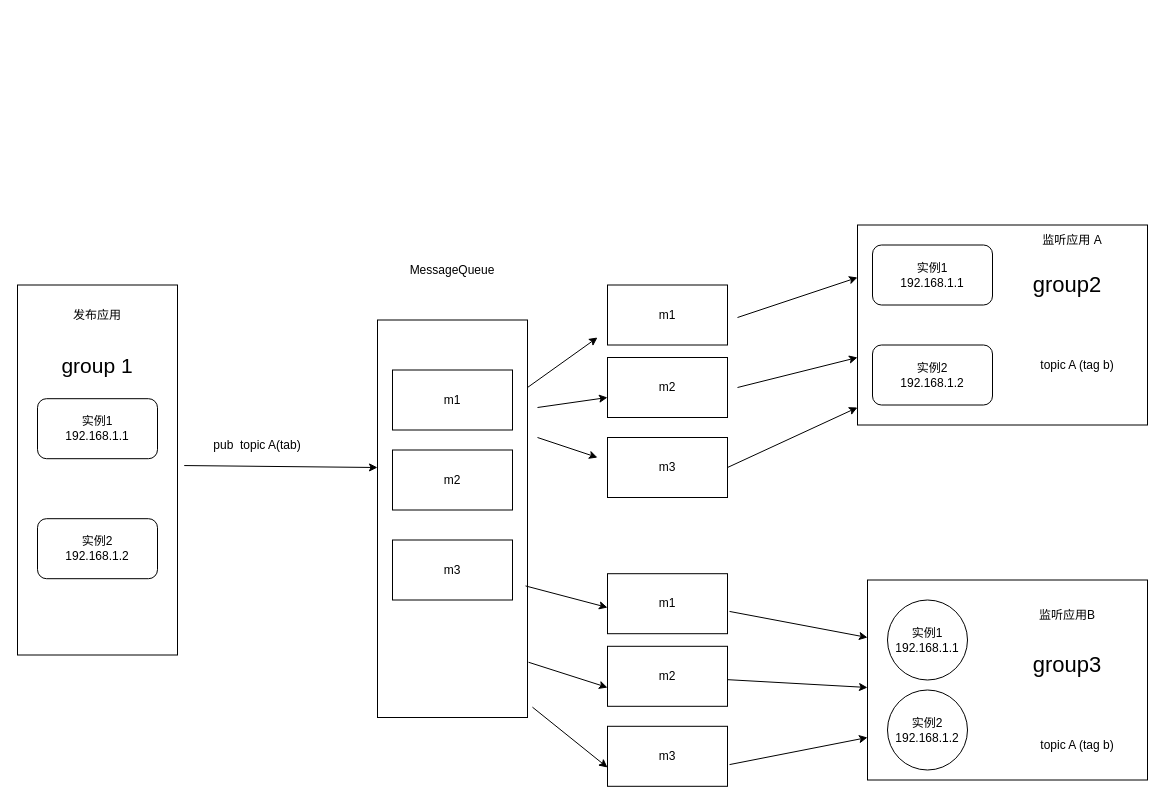
Earlier version of the draw.io diagram rocketmq发布消费模型.drawio (liuyunlong1229/aaa). Source tidied: cells renumbered, new cells numbered last; positions are measured from the earlier drawing's top-left corner, leaving out a move shared by most shapes. Both pictures are drawn from the tidied source at 100%, with x=0, y=0 at pixel (17, 225).
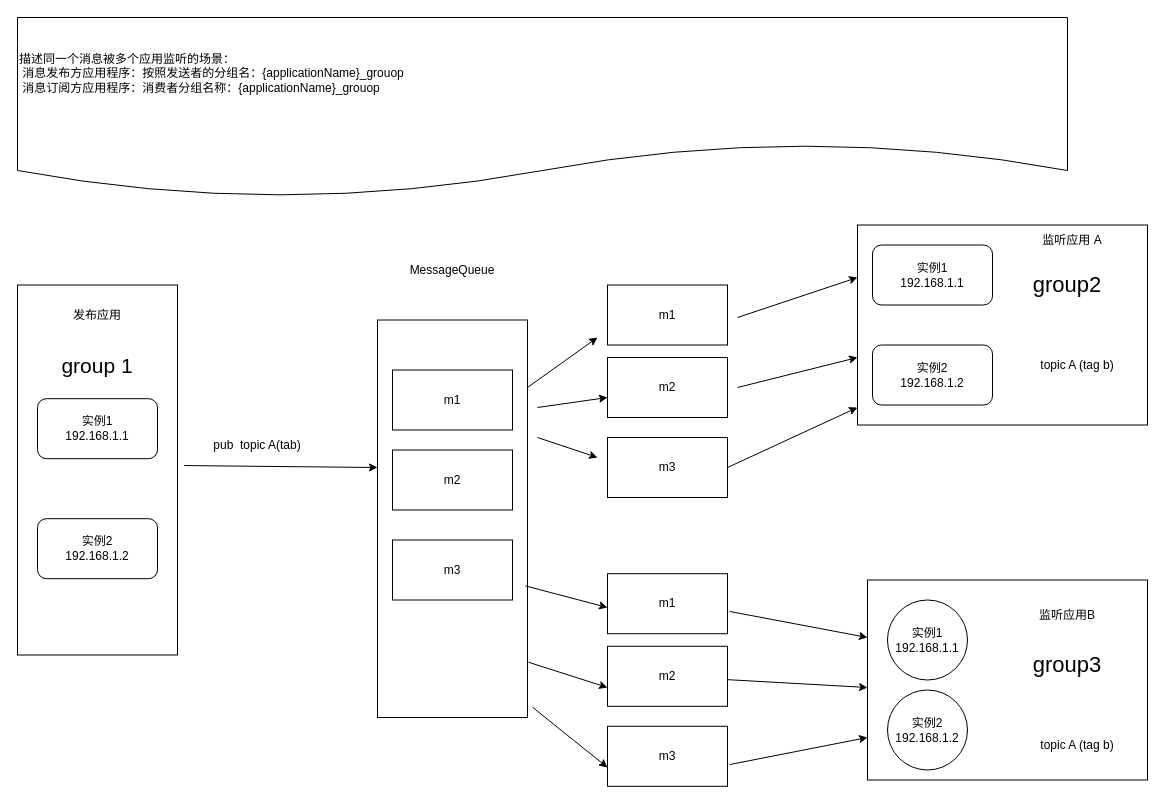
Above is the later version.

Commit message (it also covers changes not shown here):
更新rocketmq发布消费模型.drawio

Change to the diagram source:
```diff
@@
+    <mxCell id="44" value="&lt;div style=&quot;text-align: justify;&quot;&gt;描述同一个消息被多个应用监听的场景：&lt;br&gt;&amp;nbsp;消息发布方应用程序：按照发送者的分组名：{applicationName}_grouop&lt;br&gt;&amp;nbsp;消息订阅方应用程序：消费者分组名称：{applicationName}_grouop&lt;span style=&quot;background-color: initial;&quot;&gt;&lt;br&gt;&amp;nbsp; &amp;nbsp; &amp;nbsp;&lt;/span&gt;&lt;/div&gt;" style="shape=document;whiteSpace=wrap;html=1;boundedLbl=1;align=left;" parent="1" vertex="1">
+      <mxGeometry y="-208" width="1050" height="180" as="geometry" />
+    </mxCell>
```
